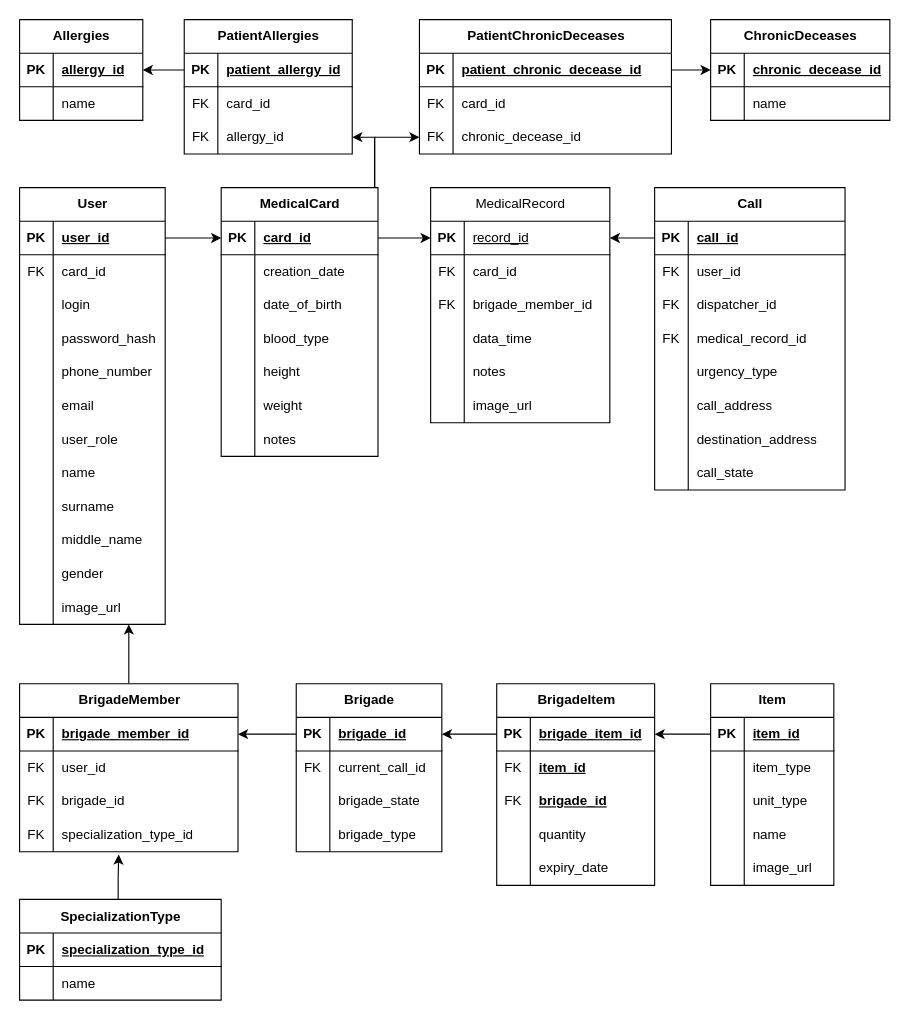
Ristoll/AmbulanceSystem keeps this draw.io diagram as Ambulance_new.drawio. Above is the earlier version. Source tidied: cells renumbered, new cells numbered last; positions are measured from the earlier drawing's top-left corner, leaving out a move shared by most shapes. Both pictures are drawn from the tidied source at 112%, with x=0, y=0 at pixel (19, 19).
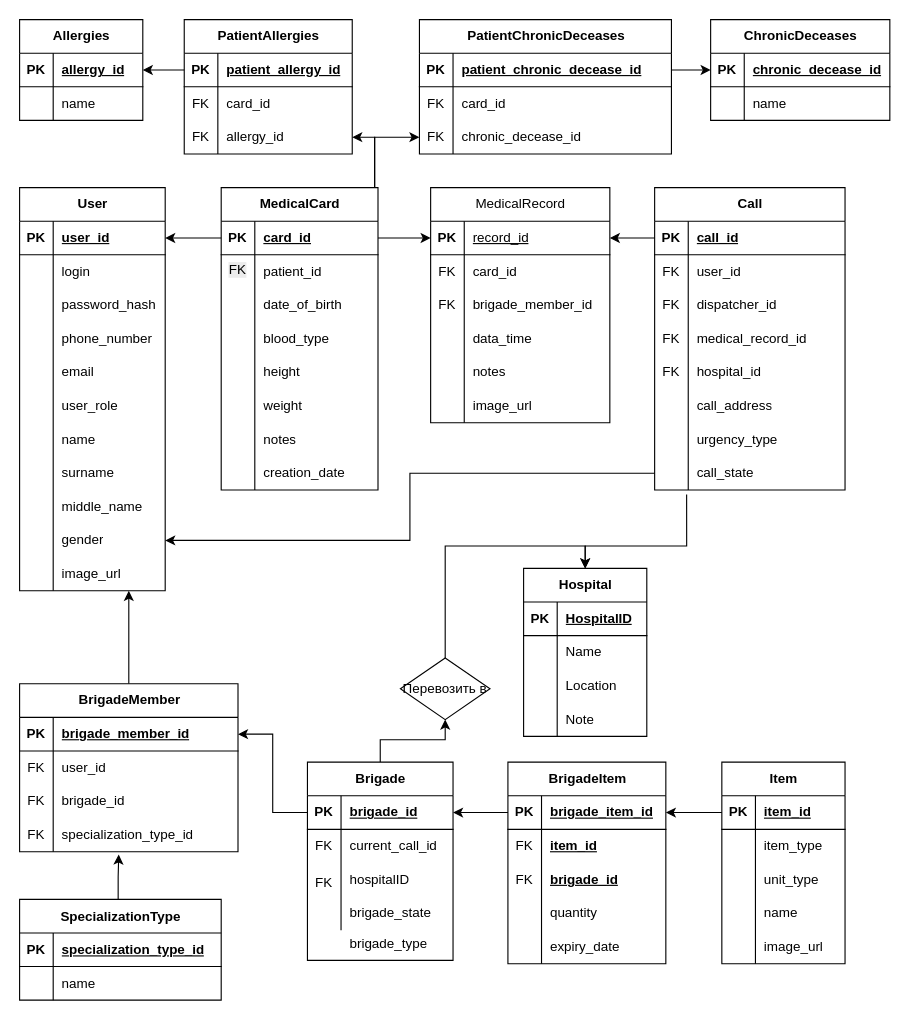
After the change.

The change refers to these unchanged cells:
```xml
<mxCell id="23" style="shape=tableRow;horizontal=0;startSize=0;swimlaneHead=0;swimlaneBody=0;fillColor=none;top=0;left=0;right=0;bottom=0;" parent="16" vertex="1">
  <mxGeometry y="90" width="130" height="30" as="geometry" />
</mxCell>
<mxCell id="26" style="shape=tableRow;horizontal=0;startSize=0;swimlaneHead=0;swimlaneBody=0;fillColor=none;top=0;left=0;right=0;bottom=0;" parent="16" vertex="1">
  <mxGeometry y="120" width="130" height="30" as="geometry" />
</mxCell>
<mxCell id="42" style="shape=tableRow;horizontal=0;startSize=0;swimlaneHead=0;swimlaneBody=0;fillColor=none;top=0;left=0;right=0;bottom=0;" parent="29" vertex="1">
  <mxGeometry y="150" width="170" height="30" as="geometry" />
</mxCell>
<mxCell id="48" style="shape=tableRow;horizontal=0;startSize=0;swimlaneHead=0;swimlaneBody=0;fillColor=none;top=0;left=0;right=0;bottom=0;" parent="29" vertex="1">
  <mxGeometry y="210" width="170" height="30" as="geometry" />
</mxCell>
<mxCell id="51" style="shape=tableRow;horizontal=0;startSize=0;swimlaneHead=0;swimlaneBody=0;fillColor=none;points=[[0,0.5],[1,0.5]];portConstraint=eastwest;top=0;left=0;right=0;bottom=0;" parent="29" vertex="1">
  <mxGeometry y="240" width="170" height="30" as="geometry" />
</mxCell>
<mxCell id="122" style="shape=tableRow;horizontal=0;startSize=0;swimlaneHead=0;swimlaneBody=0;fillColor=none;points=[[0,0.5],[1,0.5]];portConstraint=eastwest;top=0;left=0;right=0;bottom=1;" parent="121" vertex="1">
  <mxGeometry y="30" width="130" height="30" as="geometry" />
</mxCell>
<mxCell id="161" style="shape=tableRow;horizontal=0;startSize=0;swimlaneHead=0;swimlaneBody=0;fillColor=none;points=[[0,0.5],[1,0.5]];portConstraint=eastwest;top=0;left=0;right=0;bottom=1;" parent="160" vertex="1">
  <mxGeometry y="30" width="140" height="30" as="geometry" />
</mxCell>
<mxCell id="164" style="shape=tableRow;horizontal=0;startSize=0;swimlaneHead=0;swimlaneBody=0;fillColor=none;top=0;left=0;right=0;bottom=0;" parent="160" vertex="1">
  <mxGeometry y="60" width="140" height="30" as="geometry" />
</mxCell>
```

Diff of the diagram source:
```diff
@@
+    <mxCell id="216" style="edgeStyle=orthogonalEdgeStyle;rounded=0;jettySize=auto;html=1;exitX=0.5;exitY=0;exitDx=0;exitDy=0;entryX=0.5;entryY=1;entryDx=0;entryDy=0;" parent="1" edge="1" source="16" target="234">
+      <mxGeometry relative="1" as="geometry" />
+    </mxCell>
     <mxCell id="16" value="Brigade" style="shape=table;startSize=30;childLayout=tableLayout;rowLines=0;fontStyle=1;align=center;html=1;" parent="1" vertex="1">
-      <mxGeometry x="247" y="593" width="130" height="150" as="geometry" />
+      <mxGeometry x="257" y="663" width="130" height="177" as="geometry" />
     </mxCell>
@@
-    <mxCell id="25" value="brigade_state" style="shape=partialRectangle;fillColor=none;top=0;left=0;bottom=0;right=0;align=left;spacingLeft=6;overflow=hidden;whiteSpace=wrap;html=1;" parent="23" vertex="1">
+    <mxCell id="25" value="hospitalID" style="shape=partialRectangle;fillColor=none;top=0;left=0;bottom=0;right=0;align=left;spacingLeft=6;overflow=hidden;whiteSpace=wrap;html=1;" parent="23" vertex="1">
       <mxGeometry x="30" width="100" height="30" as="geometry" />
     </mxCell>
@@
-    <mxCell id="28" value="brigade_type" style="shape=partialRectangle;fillColor=none;top=0;left=0;bottom=0;right=0;align=left;spacingLeft=6;overflow=hidden;whiteSpace=wrap;html=1;" parent="26" vertex="1">
+    <mxCell id="28" value="brigade_state" style="shape=partialRectangle;fillColor=none;top=0;left=0;bottom=0;right=0;align=left;spacingLeft=6;overflow=hidden;whiteSpace=wrap;html=1;" parent="26" vertex="1">
       <mxGeometry x="30" width="100" height="30" as="geometry" />
     </mxCell>
@@
-    <mxCell id="44" value="urgency_type" style="shape=partialRectangle;fillColor=none;top=0;left=0;bottom=0;right=0;align=left;spacingLeft=6;overflow=hidden;whiteSpace=wrap;html=1;" parent="42" vertex="1">
+    <mxCell id="44" value="hospital_id" style="shape=partialRectangle;fillColor=none;top=0;left=0;bottom=0;right=0;align=left;spacingLeft=6;overflow=hidden;whiteSpace=wrap;html=1;" parent="42" vertex="1">
       <mxGeometry x="30" width="140" height="30" as="geometry" />
     </mxCell>
@@
-    <mxCell id="50" value="destination_address" style="shape=partialRectangle;fillColor=none;top=0;left=0;bottom=0;right=0;align=left;spacingLeft=6;overflow=hidden;whiteSpace=wrap;html=1;" parent="48" vertex="1">
+    <mxCell id="50" value="urgency_type" style="shape=partialRectangle;fillColor=none;top=0;left=0;bottom=0;right=0;align=left;spacingLeft=6;overflow=hidden;whiteSpace=wrap;html=1;" parent="48" vertex="1">
       <mxGeometry x="30" width="140" height="30" as="geometry" />
     </mxCell>
@@
     <mxCell id="54" value="Item" style="shape=table;startSize=30;childLayout=tableLayout;rowLines=0;fontStyle=1;align=center;html=1;" parent="1" vertex="1">
-      <mxGeometry x="617" y="593" width="110" height="180" as="geometry" />
+      <mxGeometry x="627" y="663" width="110" height="180" as="geometry" />
     </mxCell>
@@
     <mxCell id="105" value="BrigadeItem" style="shape=table;startSize=30;childLayout=tableLayout;rowLines=0;fontStyle=1;align=center;html=1;" parent="1" vertex="1">
-      <mxGeometry x="426" y="593" width="141" height="180" as="geometry" />
+      <mxGeometry x="436" y="663" width="141" height="180" as="geometry" />
     </mxCell>
@@
     <mxCell id="121" value="User" style="shape=table;startSize=30;childLayout=tableLayout;rowLines=0;fontStyle=1;align=center;html=1;strokeColor=default;" parent="1" vertex="1">
-      <mxGeometry y="150" width="130" height="390" as="geometry" />
+      <mxGeometry y="150" width="130" height="360" as="geometry" />
     </mxCell>
@@
-    <mxCell id="125" style="shape=tableRow;horizontal=0;startSize=0;swimlaneHead=0;swimlaneBody=0;fillColor=none;top=0;left=0;right=0;bottom=0;" parent="121" vertex="1">
-      <mxGeometry y="60" width="130" height="30" as="geometry" />
-    </mxCell>
-    <mxCell id="126" value="FK" style="shape=partialRectangle;fillColor=none;top=0;left=0;bottom=0;right=0;overflow=hidden;whiteSpace=wrap;html=1;" parent="125" vertex="1">
-      <mxGeometry width="30" height="30" as="geometry" />
-    </mxCell>
-    <mxCell id="127" value="card_id" style="shape=partialRectangle;fillColor=none;top=0;left=0;bottom=0;right=0;align=left;spacingLeft=6;overflow=hidden;whiteSpace=wrap;html=1;" parent="125" vertex="1">
-      <mxGeometry x="30" width="100" height="30" as="geometry" />
-    </mxCell>
     <mxCell id="128" style="shape=tableRow;horizontal=0;startSize=0;swimlaneHead=0;swimlaneBody=0;fillColor=none;top=0;left=0;right=0;bottom=0;" parent="121" vertex="1">
-      <mxGeometry y="90" width="130" height="30" as="geometry" />
+      <mxGeometry y="60" width="130" height="30" as="geometry" />
     </mxCell>
@@
     <mxCell id="131" style="shape=tableRow;horizontal=0;startSize=0;swimlaneHead=0;swimlaneBody=0;fillColor=none;top=0;left=0;right=0;bottom=0;" parent="121" vertex="1">
-      <mxGeometry y="120" width="130" height="30" as="geometry" />
+      <mxGeometry y="90" width="130" height="30" as="geometry" />
     </mxCell>
@@
     <mxCell id="134" style="shape=tableRow;horizontal=0;startSize=0;swimlaneHead=0;swimlaneBody=0;fillColor=none;top=0;left=0;right=0;bottom=0;" parent="121" vertex="1">
-      <mxGeometry y="150" width="130" height="30" as="geometry" />
+      <mxGeometry y="120" width="130" height="30" as="geometry" />
     </mxCell>
@@
     <mxCell id="137" style="shape=tableRow;horizontal=0;startSize=0;swimlaneHead=0;swimlaneBody=0;fillColor=none;top=0;left=0;right=0;bottom=0;" parent="121" vertex="1">
-      <mxGeometry y="180" width="130" height="30" as="geometry" />
+      <mxGeometry y="150" width="130" height="30" as="geometry" />
     </mxCell>
@@
     <mxCell id="140" style="shape=tableRow;horizontal=0;startSize=0;swimlaneHead=0;swimlaneBody=0;fillColor=none;top=0;left=0;right=0;bottom=0;" parent="121" vertex="1">
-      <mxGeometry y="210" width="130" height="30" as="geometry" />
+      <mxGeometry y="180" width="130" height="30" as="geometry" />
     </mxCell>
@@
     <mxCell id="143" style="shape=tableRow;horizontal=0;startSize=0;swimlaneHead=0;swimlaneBody=0;fillColor=none;top=0;left=0;right=0;bottom=0;" parent="121" vertex="1">
-      <mxGeometry y="240" width="130" height="30" as="geometry" />
+      <mxGeometry y="210" width="130" height="30" as="geometry" />
     </mxCell>
@@
     <mxCell id="146" style="shape=tableRow;horizontal=0;startSize=0;swimlaneHead=0;swimlaneBody=0;fillColor=none;top=0;left=0;right=0;bottom=0;" parent="121" vertex="1">
-      <mxGeometry y="270" width="130" height="30" as="geometry" />
+      <mxGeometry y="240" width="130" height="30" as="geometry" />
     </mxCell>
@@
     <mxCell id="149" style="shape=tableRow;horizontal=0;startSize=0;swimlaneHead=0;swimlaneBody=0;fillColor=none;top=0;left=0;right=0;bottom=0;" parent="121" vertex="1">
-      <mxGeometry y="300" width="130" height="30" as="geometry" />
+      <mxGeometry y="270" width="130" height="30" as="geometry" />
     </mxCell>
@@
     <mxCell id="152" style="shape=tableRow;horizontal=0;startSize=0;swimlaneHead=0;swimlaneBody=0;fillColor=none;points=[[0,0.5],[1,0.5]];portConstraint=eastwest;top=0;left=0;right=0;bottom=0;" parent="121" vertex="1">
-      <mxGeometry y="330" width="130" height="30" as="geometry" />
+      <mxGeometry y="300" width="130" height="30" as="geometry" />
     </mxCell>
@@
     <mxCell id="155" style="shape=tableRow;horizontal=0;startSize=0;swimlaneHead=0;swimlaneBody=0;fillColor=none;points=[[0,0.5],[1,0.5]];portConstraint=eastwest;top=0;left=0;right=0;bottom=0;" parent="121" vertex="1">
-      <mxGeometry y="360" width="130" height="30" as="geometry" />
+      <mxGeometry y="330" width="130" height="30" as="geometry" />
     </mxCell>
@@
     <mxCell id="160" value="MedicalCard" style="shape=table;startSize=30;childLayout=tableLayout;rowLines=0;fontStyle=1;align=center;html=1;" parent="1" vertex="1">
-      <mxGeometry x="180" y="150" width="140" height="240" as="geometry" />
+      <mxGeometry x="180" y="150" width="140" height="270" as="geometry" />
     </mxCell>
@@
-    <mxCell id="166" value="creation_date" style="shape=partialRectangle;fillColor=none;top=0;left=0;bottom=0;right=0;align=left;spacingLeft=6;overflow=hidden;whiteSpace=wrap;html=1;" parent="164" vertex="1">
+    <mxCell id="166" value="patient_id" style="shape=partialRectangle;fillColor=none;top=0;left=0;bottom=0;right=0;align=left;spacingLeft=6;overflow=hidden;whiteSpace=wrap;html=1;" parent="164" vertex="1">
       <mxGeometry x="30" width="110" height="30" as="geometry" />
     </mxCell>
@@
+    <mxCell id="217" style="shape=tableRow;horizontal=0;startSize=0;swimlaneHead=0;swimlaneBody=0;fillColor=none;top=0;left=0;right=0;bottom=0;" parent="160" vertex="1">
+      <mxGeometry y="240" width="140" height="30" as="geometry" />
+    </mxCell>
+    <mxCell id="218" style="shape=partialRectangle;fillColor=none;top=0;left=0;bottom=0;right=0;overflow=hidden;whiteSpace=wrap;html=1;" parent="217" vertex="1">
+      <mxGeometry width="30" height="30" as="geometry" />
+    </mxCell>
+    <mxCell id="219" value="creation_date" style="shape=partialRectangle;fillColor=none;top=0;left=0;bottom=0;right=0;align=left;spacingLeft=6;overflow=hidden;whiteSpace=wrap;html=1;" parent="217" vertex="1">
+      <mxGeometry x="30" width="110" height="30" as="geometry" />
+    </mxCell>
@@
-    <mxCell id="214" style="edgeStyle=orthogonalEdgeStyle;rounded=0;jettySize=auto;html=1;entryX=0;entryY=0.5;entryDx=0;entryDy=0;" parent="1" edge="1" source="122" target="161">
+    <mxCell id="214" style="edgeStyle=orthogonalEdgeStyle;rounded=0;jettySize=auto;html=1;entryX=0;entryY=0.5;entryDx=0;entryDy=0;startArrow=classic;startFill=1;endArrow=none;endFill=0;" parent="1" edge="1" source="122" target="161">
       <mxGeometry relative="1" as="geometry" />
     </mxCell>
@@
+    <mxCell id="220" value="Hospital" style="shape=table;startSize=30;childLayout=tableLayout;rowLines=0;fontStyle=1;align=center;html=1;" parent="1" vertex="1">
+      <mxGeometry x="450" y="490" width="110" height="150" as="geometry" />
+    </mxCell>
+    <mxCell id="221" style="shape=tableRow;horizontal=0;startSize=0;swimlaneHead=0;swimlaneBody=0;fillColor=none;top=0;left=0;right=0;bottom=1;" parent="220" vertex="1">
+      <mxGeometry y="30" width="110" height="30" as="geometry" />
+    </mxCell>
+    <mxCell id="222" value="PK" style="shape=partialRectangle;fillColor=none;top=0;left=0;bottom=0;right=0;fontStyle=1;overflow=hidden;whiteSpace=wrap;html=1;" parent="221" vertex="1">
+      <mxGeometry width="30" height="30" as="geometry" />
+    </mxCell>
+    <mxCell id="223" value="HospitalID" style="shape=partialRectangle;fillColor=none;top=0;left=0;bottom=0;right=0;align=left;spacingLeft=6;fontStyle=5;overflow=hidden;whiteSpace=wrap;html=1;" parent="221" vertex="1">
+      <mxGeometry x="30" width="80" height="30" as="geometry" />
+    </mxCell>
+    <mxCell id="224" style="shape=tableRow;horizontal=0;startSize=0;swimlaneHead=0;swimlaneBody=0;fillColor=none;top=0;left=0;right=0;bottom=0;" parent="220" vertex="1">
+      <mxGeometry y="60" width="110" height="30" as="geometry" />
+    </mxCell>
+    <mxCell id="225" style="shape=partialRectangle;fillColor=none;top=0;left=0;bottom=0;right=0;overflow=hidden;whiteSpace=wrap;html=1;" parent="224" vertex="1">
+      <mxGeometry width="30" height="30" as="geometry" />
+    </mxCell>
+    <mxCell id="226" value="Name" style="shape=partialRectangle;fillColor=none;top=0;left=0;bottom=0;right=0;align=left;spacingLeft=6;overflow=hidden;whiteSpace=wrap;html=1;" parent="224" vertex="1">
+      <mxGeometry x="30" width="80" height="30" as="geometry" />
+    </mxCell>
+    <mxCell id="227" style="shape=tableRow;horizontal=0;startSize=0;swimlaneHead=0;swimlaneBody=0;fillColor=none;top=0;left=0;right=0;bottom=0;" parent="220" vertex="1">
+      <mxGeometry y="90" width="110" height="30" as="geometry" />
+    </mxCell>
+    <mxCell id="228" style="shape=partialRectangle;fillColor=none;top=0;left=0;bottom=0;right=0;overflow=hidden;whiteSpace=wrap;html=1;" parent="227" vertex="1">
+      <mxGeometry width="30" height="30" as="geometry" />
+    </mxCell>
+    <mxCell id="229" value="Location" style="shape=partialRectangle;fillColor=none;top=0;left=0;bottom=0;right=0;align=left;spacingLeft=6;overflow=hidden;whiteSpace=wrap;html=1;" parent="227" vertex="1">
+      <mxGeometry x="30" width="80" height="30" as="geometry" />
+    </mxCell>
+    <mxCell id="230" style="shape=tableRow;horizontal=0;startSize=0;swimlaneHead=0;swimlaneBody=0;fillColor=none;top=0;left=0;right=0;bottom=0;" parent="220" vertex="1">
+      <mxGeometry y="120" width="110" height="30" as="geometry" />
+    </mxCell>
+    <mxCell id="231" style="shape=partialRectangle;fillColor=none;top=0;left=0;bottom=0;right=0;overflow=hidden;whiteSpace=wrap;html=1;" parent="230" vertex="1">
+      <mxGeometry width="30" height="30" as="geometry" />
+    </mxCell>
+    <mxCell id="232" value="Note" style="shape=partialRectangle;fillColor=none;top=0;left=0;bottom=0;right=0;align=left;spacingLeft=6;overflow=hidden;whiteSpace=wrap;html=1;" parent="230" vertex="1">
+      <mxGeometry x="30" width="80" height="30" as="geometry" />
+    </mxCell>
+    <mxCell id="233" style="edgeStyle=orthogonalEdgeStyle;rounded=0;jettySize=auto;html=1;entryX=0.5;entryY=0;entryDx=0;entryDy=0;exitX=0.5;exitY=0;exitDx=0;exitDy=0;" parent="1" edge="1" source="234" target="220">
+      <mxGeometry relative="1" as="geometry" />
+    </mxCell>
+    <mxCell id="234" value="Перевозить в" style="rhombus;whiteSpace=wrap;html=1;" parent="1" vertex="1">
+      <mxGeometry x="340" y="570" width="80" height="55" as="geometry" />
+    </mxCell>
+    <mxCell id="235" value="FK" style="shape=partialRectangle;fillColor=none;top=0;left=0;bottom=0;right=0;overflow=hidden;whiteSpace=wrap;html=1;" parent="1" vertex="1">
+      <mxGeometry x="567" y="300" width="30" height="30" as="geometry" />
+    </mxCell>
+    <mxCell id="236" value="brigade_type" style="shape=partialRectangle;fillColor=none;top=0;left=0;bottom=0;right=0;align=left;spacingLeft=6;overflow=hidden;whiteSpace=wrap;html=1;" parent="1" vertex="1">
+      <mxGeometry x="287" y="810" width="100" height="30" as="geometry" />
+    </mxCell>
+    <mxCell id="237" style="edgeStyle=orthogonalEdgeStyle;rounded=0;jettySize=auto;html=1;exitX=0.168;exitY=1.133;exitDx=0;exitDy=0;entryX=0.5;entryY=0;entryDx=0;entryDy=0;exitPerimeter=0;" parent="1" edge="1" source="51" target="220">
+      <mxGeometry relative="1" as="geometry">
+        <Array as="points">
+          <mxPoint x="596" y="470" />
+          <mxPoint x="505" y="470" />
+        </Array>
+      </mxGeometry>
+    </mxCell>
+    <mxCell id="238" value="&lt;span style=&quot;color: rgb(0, 0, 0); font-family: Helvetica; font-size: 12px; font-style: normal; font-variant-ligatures: normal; font-variant-caps: normal; font-weight: 400; letter-spacing: normal; orphans: 2; text-indent: 0px; text-transform: none; widows: 2; word-spacing: 0px; -webkit-text-stroke-width: 0px; white-space: normal; background-color: rgb(236, 236, 236); text-decoration-thickness: initial; text-decoration-style: initial; text-decoration-color: initial; float: none; display: inline !important;&quot;&gt;FK&lt;/span&gt;" style="text;whiteSpace=wrap;html=1;align=center;" parent="1" vertex="1">
+      <mxGeometry x="180" y="210" width="30" height="30" as="geometry" />
+    </mxCell>
+    <mxCell id="239" style="edgeStyle=orthogonalEdgeStyle;rounded=0;jettySize=auto;html=1;exitX=0;exitY=0.5;exitDx=0;exitDy=0;entryX=1;entryY=0.5;entryDx=0;entryDy=0;" parent="1" edge="1" source="51" target="152">
+      <mxGeometry relative="1" as="geometry" />
+    </mxCell>
+    <mxCell id="240" value="FK" style="shape=partialRectangle;fillColor=none;top=0;left=0;bottom=0;right=0;overflow=hidden;whiteSpace=wrap;html=1;" parent="1" vertex="1">
+      <mxGeometry x="257" y="755.5" width="30" height="30" as="geometry" />
+    </mxCell>
```
